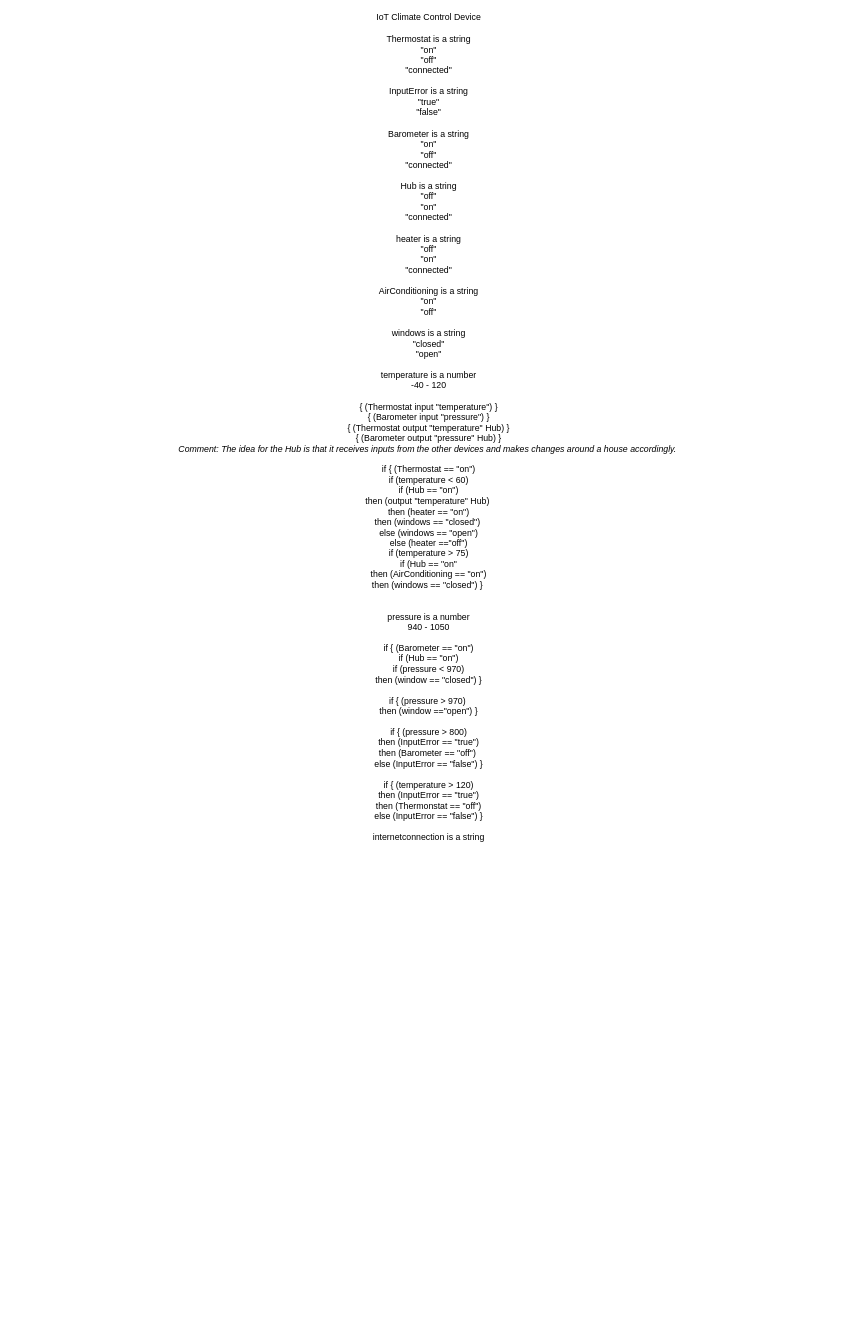
Before: Final project.drawio in atimmer1/First-CSCS-1240, a draw.io diagram. Source tidied: cells renumbered, new cells numbered last; positions are measured from the earlier drawing's top-left corner, leaving out a move shared by most shapes. Both pictures are drawn from the tidied source at 73%, with x=0, y=0 at pixel (12, 74).
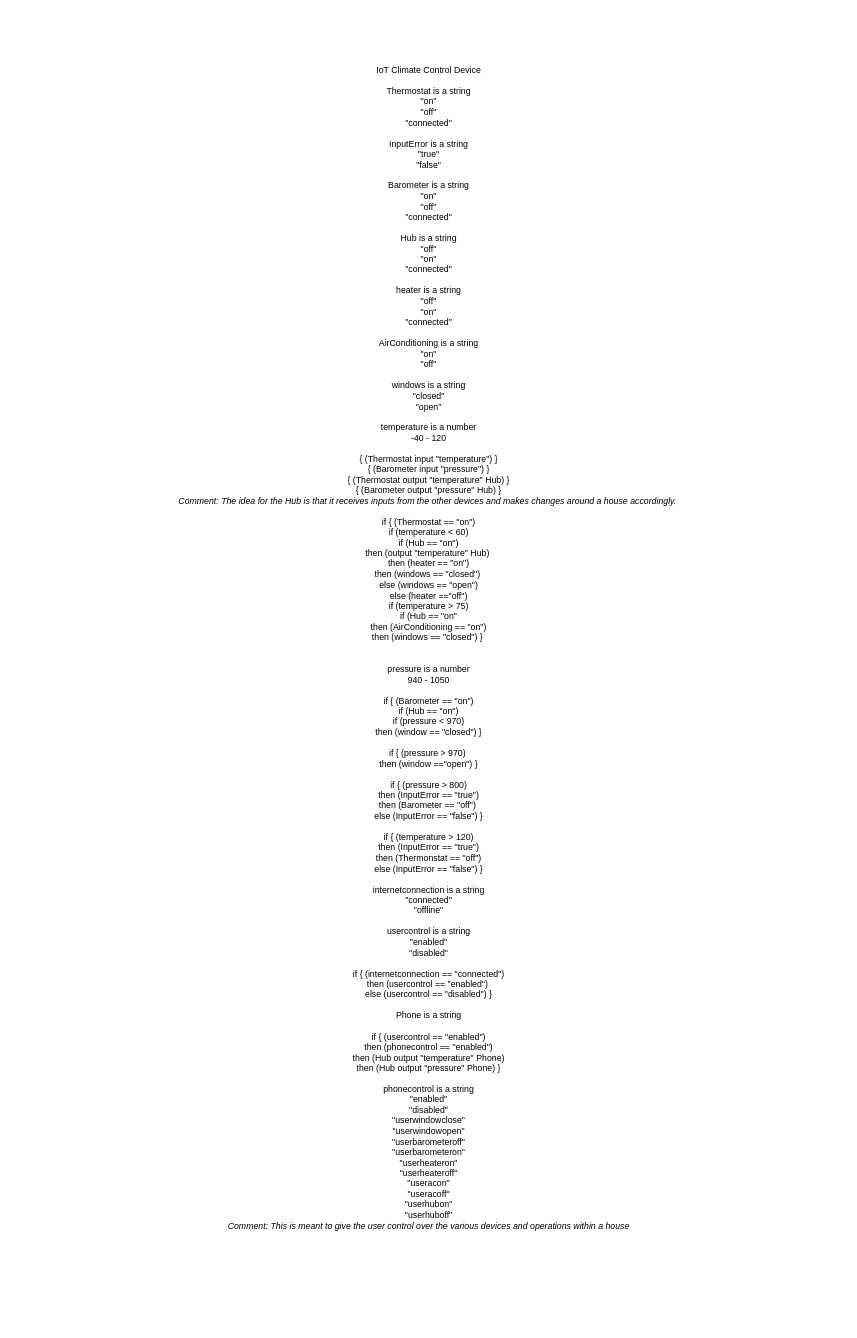
The same page after the edit.

Diff of the diagram source:
```diff
@@
 <mxGraphModel>
   <root>
     <mxCell id="0" />
     <mxCell id="1" parent="0" />
-    <mxCell id="2" value="IoT Climate Control Device&lt;br&gt;&lt;br&gt;Thermostat is a string&lt;br&gt;&quot;on&quot;&lt;br&gt;&quot;off&quot;&lt;br&gt;&quot;connected&quot;&lt;br&gt;&lt;br&gt;InputError is a string&lt;br&gt;&quot;true&quot;&lt;br&gt;&quot;false&quot;&lt;br&gt;&lt;br&gt;Barometer is a string&lt;br&gt;&quot;on&quot;&lt;br&gt;&quot;off&quot;&lt;br&gt;&quot;connected&quot;&lt;br&gt;&lt;br&gt;Hub is a string&lt;br&gt;&quot;off&quot;&lt;br&gt;&quot;on&quot;&lt;br&gt;&quot;connected&quot;&lt;br&gt;&lt;br&gt;heater is a string&lt;br&gt;&quot;off&quot;&lt;br&gt;&quot;on&quot;&lt;br&gt;&quot;connected&quot;&lt;br&gt;&lt;br&gt;AirConditioning is a string&lt;br&gt;&quot;on&quot;&lt;br&gt;&quot;off&quot;&lt;br&gt;&lt;br&gt;windows is a string&lt;br&gt;&quot;closed&quot;&lt;br&gt;&quot;open&quot;&lt;br&gt;&lt;br&gt;temperature is a number&lt;br&gt;-40 - 120&lt;br&gt;&lt;br&gt;{ (Thermostat input &quot;temperature&quot;) }&lt;br&gt;{ (Barometer input &quot;pressure&quot;) }&lt;br&gt;{ (Thermostat output &quot;temperature&quot; Hub) }&lt;br&gt;{ (Barometer output &quot;pressure&quot; Hub) }&lt;br&gt;&lt;i&gt;Comment: The idea for the Hub is that it receives&amp;nbsp;inputs from the other devices and makes changes around a house accordingly.&amp;nbsp;&lt;br&gt;&lt;/i&gt;&lt;br&gt;if { (Thermostat == &quot;on&quot;)&lt;br&gt;if (temperature &amp;lt; 60)&lt;br&gt;if (Hub == &quot;on&quot;)&lt;br&gt;then (output &quot;temperature&quot; Hub)&amp;nbsp;&lt;br&gt;then (heater == &quot;on&quot;)&lt;br&gt;then (windows == &quot;closed&quot;)&amp;nbsp;&lt;br&gt;else (windows == &quot;open&quot;)&lt;br&gt;else (heater ==&quot;off&quot;)&lt;br&gt;if (temperature &amp;gt; 75)&lt;br&gt;if (Hub == &quot;on&quot;&lt;br&gt;then (AirConditioning == &quot;on&quot;)&lt;br&gt;then (windows == &quot;closed&quot;) }&amp;nbsp;&lt;br&gt;&lt;br&gt;&lt;br&gt;pressure is a number&lt;br&gt;940 - 1050&lt;br&gt;&lt;br&gt;if { (Barometer == &quot;on&quot;)&lt;br&gt;if (Hub == &quot;on&quot;)&lt;br&gt;if (pressure &amp;lt; 970)&lt;br&gt;then (window == &quot;closed&quot;) }&lt;br&gt;&lt;br&gt;if { (pressure &amp;gt; 970)&amp;nbsp;&lt;br&gt;then (window ==&quot;open&quot;) }&lt;br&gt;&lt;br&gt;if { (pressure &amp;gt; 800)&lt;br&gt;then (InputError == &quot;true&quot;)&lt;br&gt;then (Barometer == &quot;off&quot;)&amp;nbsp;&lt;br&gt;else (InputError == &quot;false&quot;) }&lt;br&gt;&lt;br&gt;if { (temperature &amp;gt; 120)&lt;br&gt;then (InputError == &quot;true&quot;)&lt;br&gt;then (Thermonstat == &quot;off&quot;)&lt;br&gt;else (InputError == &quot;false&quot;) }&lt;br&gt;&lt;br&gt;internetconnection is a string&lt;br&gt;&lt;br&gt;&lt;br&gt;&lt;br&gt;" style="text;html=1;strokeColor=none;fillColor=none;align=center;verticalAlign=middle;whiteSpace=wrap;rounded=0;" parent="1" vertex="1">
-      <mxGeometry width="1140" height="1010" as="geometry" />
+    <mxCell id="2" value="IoT Climate Control Device&lt;br&gt;&lt;br&gt;Thermostat is a string&lt;br&gt;&quot;on&quot;&lt;br&gt;&quot;off&quot;&lt;br&gt;&quot;connected&quot;&lt;br&gt;&lt;br&gt;InputError is a string&lt;br&gt;&quot;true&quot;&lt;br&gt;&quot;false&quot;&lt;br&gt;&lt;br&gt;Barometer is a string&lt;br&gt;&quot;on&quot;&lt;br&gt;&quot;off&quot;&lt;br&gt;&quot;connected&quot;&lt;br&gt;&lt;br&gt;Hub is a string&lt;br&gt;&quot;off&quot;&lt;br&gt;&quot;on&quot;&lt;br&gt;&quot;connected&quot;&lt;br&gt;&lt;br&gt;heater is a string&lt;br&gt;&quot;off&quot;&lt;br&gt;&quot;on&quot;&lt;br&gt;&quot;connected&quot;&lt;br&gt;&lt;br&gt;AirConditioning is a string&lt;br&gt;&quot;on&quot;&lt;br&gt;&quot;off&quot;&lt;br&gt;&lt;br&gt;windows is a string&lt;br&gt;&quot;closed&quot;&lt;br&gt;&quot;open&quot;&lt;br&gt;&lt;br&gt;temperature is a number&lt;br&gt;-40 - 120&lt;br&gt;&lt;br&gt;{ (Thermostat input &quot;temperature&quot;) }&lt;br&gt;{ (Barometer input &quot;pressure&quot;) }&lt;br&gt;{ (Thermostat output &quot;temperature&quot; Hub) }&lt;br&gt;{ (Barometer output &quot;pressure&quot; Hub) }&lt;br&gt;&lt;i&gt;Comment: The idea for the Hub is that it receives&amp;nbsp;inputs from the other devices and makes changes around a house accordingly.&amp;nbsp;&lt;br&gt;&lt;/i&gt;&lt;br&gt;if { (Thermostat == &quot;on&quot;)&lt;br&gt;if (temperature &amp;lt; 60)&lt;br&gt;if (Hub == &quot;on&quot;)&lt;br&gt;then (output &quot;temperature&quot; Hub)&amp;nbsp;&lt;br&gt;then (heater == &quot;on&quot;)&lt;br&gt;then (windows == &quot;closed&quot;)&amp;nbsp;&lt;br&gt;else (windows == &quot;open&quot;)&lt;br&gt;else (heater ==&quot;off&quot;)&lt;br&gt;if (temperature &amp;gt; 75)&lt;br&gt;if (Hub == &quot;on&quot;&lt;br&gt;then (AirConditioning == &quot;on&quot;)&lt;br&gt;then (windows == &quot;closed&quot;) }&amp;nbsp;&lt;br&gt;&lt;br&gt;&lt;br&gt;pressure is a number&lt;br&gt;940 - 1050&lt;br&gt;&lt;br&gt;if { (Barometer == &quot;on&quot;)&lt;br&gt;if (Hub == &quot;on&quot;)&lt;br&gt;if (pressure &amp;lt; 970)&lt;br&gt;then (window == &quot;closed&quot;) }&lt;br&gt;&lt;br&gt;if { (pressure &amp;gt; 970)&amp;nbsp;&lt;br&gt;then (window ==&quot;open&quot;) }&lt;br&gt;&lt;br&gt;if { (pressure &amp;gt; 800)&lt;br&gt;then (InputError == &quot;true&quot;)&lt;br&gt;then (Barometer == &quot;off&quot;)&amp;nbsp;&lt;br&gt;else (InputError == &quot;false&quot;) }&lt;br&gt;&lt;br&gt;if { (temperature &amp;gt; 120)&lt;br&gt;then (InputError == &quot;true&quot;)&lt;br&gt;then (Thermonstat == &quot;off&quot;)&lt;br&gt;else (InputError == &quot;false&quot;) }&lt;br&gt;&lt;br&gt;internetconnection is a string&lt;br&gt;&quot;connected&quot;&lt;br&gt;&quot;offline&quot;&lt;br&gt;&lt;br&gt;usercontrol is a string&lt;br&gt;&quot;enabled&quot;&lt;br&gt;&quot;disabled&quot;&lt;br&gt;&lt;br&gt;if { (internetconnection == &quot;connected&quot;)&lt;br&gt;then (usercontrol == &quot;enabled&quot;)&amp;nbsp;&lt;br&gt;else (usercontrol == &quot;disabled&quot;) }&lt;br&gt;&lt;br&gt;Phone is a string&lt;br&gt;&lt;br&gt;if { (usercontrol == &quot;enabled&quot;)&lt;br&gt;then (phonecontrol == &quot;enabled&quot;)&lt;br&gt;then (Hub output &quot;temperature&quot; Phone)&lt;br&gt;then (Hub output &quot;pressure&quot; Phone) }&lt;br&gt;&lt;br&gt;phonecontrol is a string&lt;br&gt;&quot;enabled&quot;&lt;br&gt;&quot;disabled&quot;&lt;br&gt;&quot;userwindowclose&quot;&lt;br&gt;&quot;userwindowopen&quot;&lt;br&gt;&quot;userbarometeroff&quot;&lt;br&gt;&quot;userbarometeron&quot;&lt;br&gt;&quot;userheateron&quot;&lt;br&gt;&quot;userheateroff&quot;&lt;br&gt;&quot;useracon&quot;&lt;br&gt;&quot;useracoff&quot;&lt;br&gt;&quot;userhubon&quot;&lt;br&gt;&quot;userhuboff&quot;&lt;br&gt;&lt;i&gt;Comment: This is meant to give the user control over the various devices and operations within a house&lt;br&gt;&lt;/i&gt;&lt;br&gt;&lt;br&gt;&lt;br&gt;&lt;br&gt;&lt;br&gt;&lt;br&gt;&lt;br&gt;&lt;br&gt;&lt;br&gt;" style="text;html=1;strokeColor=none;fillColor=none;align=center;verticalAlign=middle;whiteSpace=wrap;rounded=0;" parent="1" vertex="1">
+      <mxGeometry width="1140" height="1700" as="geometry" />
     </mxCell>
   </root>
 </mxGraphModel>
```
